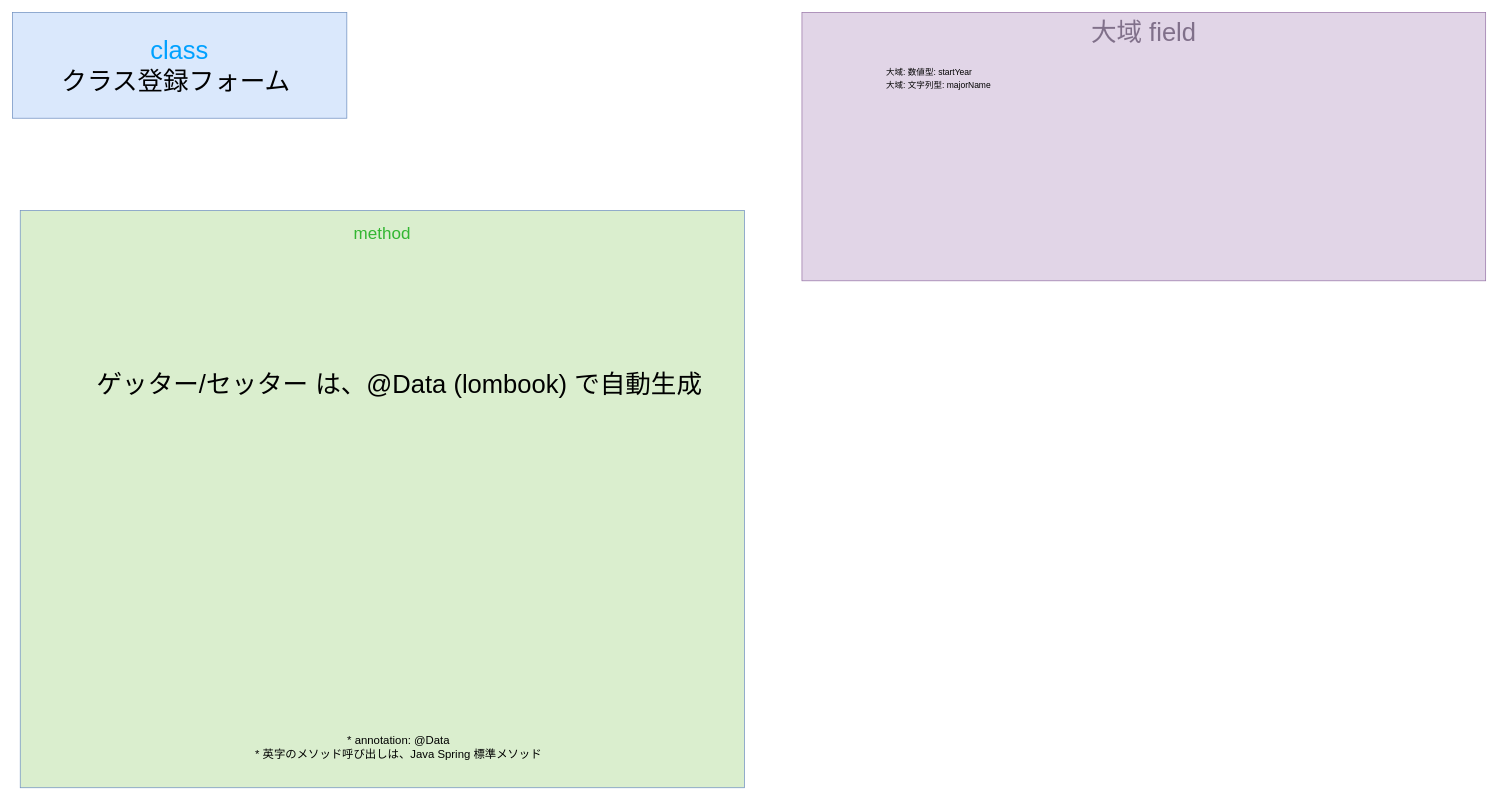
The draw.io diagram gijigengo/model/form/manager/seiseki_manage_sys model_form_manager ClassRegisterForm クラス 疑似言語.drawio in tro319/seiseki_manage_sys, before the edit. Source tidied: cells renumbered, new cells numbered last; positions are measured from the earlier drawing's top-left corner, leaving out a move shared by most shapes. Both pictures are drawn from the tidied source at 71%, with x=0, y=0 at pixel (12, 12).
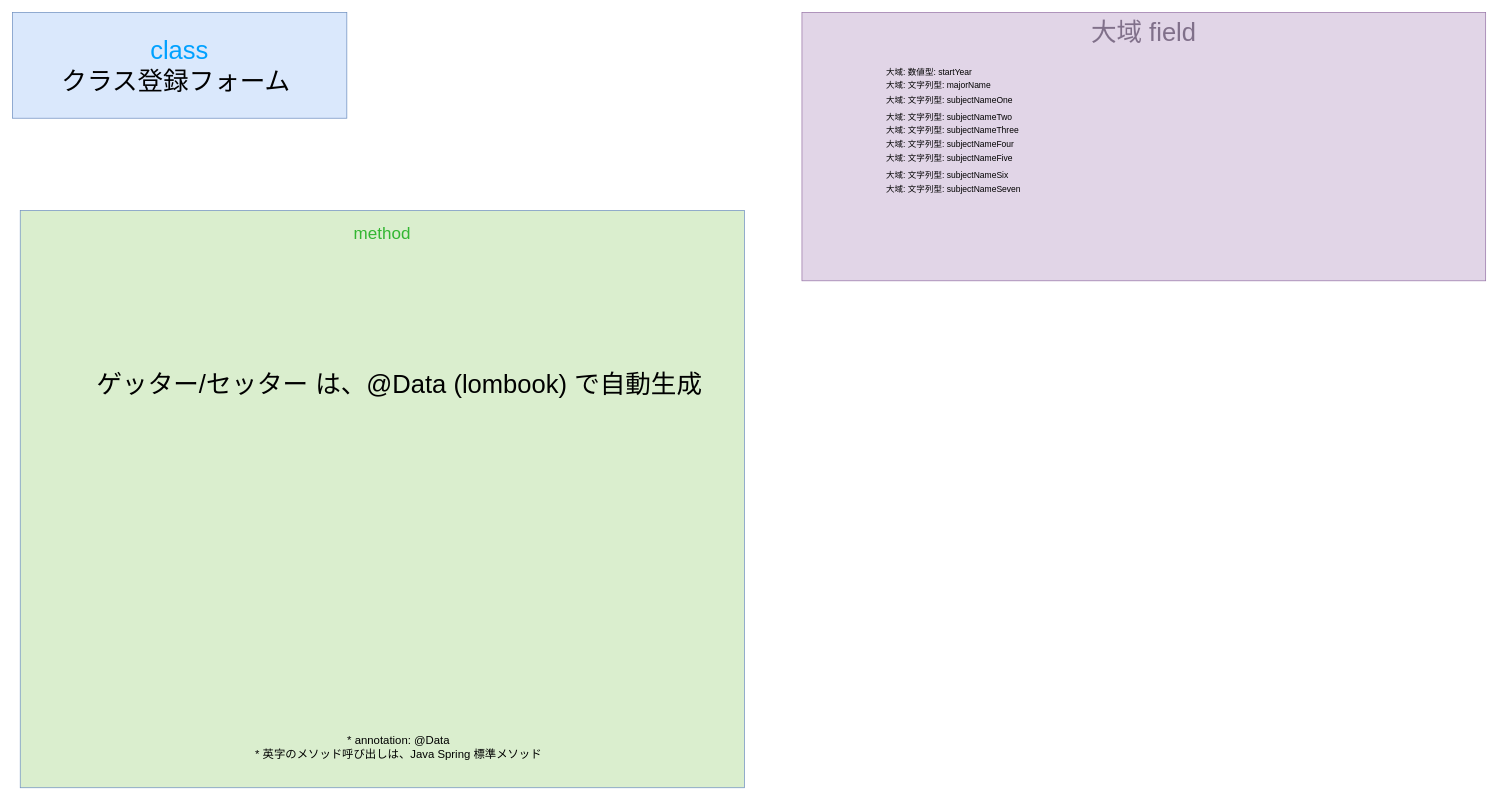
After the change.

The edit, as a diff of the source:
```diff
@@
 <mxGraphModel>
   <root>
     <mxCell id="0" />
     <mxCell id="1" parent="0" />
     <mxCell id="2" value="&lt;div&gt;&lt;span style=&quot;color: rgb(0, 161, 255);&quot;&gt;class&lt;/span&gt;&lt;/div&gt;&lt;div&gt;クラス登録フォーム&amp;nbsp;&lt;/div&gt;" style="text;html=1;whiteSpace=wrap;strokeColor=#6c8ebf;fillColor=#dae8fc;align=center;verticalAlign=middle;rounded=0;fontSize=36;" parent="1" vertex="1">
       <mxGeometry width="471" height="149" as="geometry" />
     </mxCell>
     <mxCell id="3" value="&lt;div&gt;&lt;font style=&quot;font-size: 24px;&quot;&gt;&lt;span style=&quot;color: rgb(50, 182, 49);&quot;&gt;&lt;span style=&quot;&quot;&gt;&lt;span style=&quot;&quot;&gt;&lt;span&gt;method&lt;/span&gt;&lt;/span&gt;&lt;/span&gt;&lt;/span&gt;&lt;/font&gt;&lt;/div&gt;&lt;div&gt;&lt;font style=&quot;font-size: 24px;&quot;&gt;&lt;span style=&quot;color: rgba(0, 0, 0, 0);&quot;&gt;&lt;span style=&quot;color: rgba(0, 0, 0, 0);&quot;&gt;&lt;span style=&quot;&quot;&gt;&lt;span style=&quot;&quot;&gt;&lt;br&gt;&lt;/span&gt;&lt;/span&gt;&lt;/span&gt;&lt;/span&gt;&lt;/font&gt;&lt;/div&gt;" style="text;html=1;whiteSpace=wrap;strokeColor=#6c8ebf;fillColor=light-dark(#daeece, #214210);align=center;verticalAlign=top;rounded=0;fontSize=36;fontColor=#00A1FF;" parent="1" vertex="1">
       <mxGeometry x="11" y="279" width="1020" height="813" as="geometry" />
     </mxCell>
     <mxCell id="4" value="ゲッター/セッター は、@Data (lombook) で自動生成" style="text;html=1;whiteSpace=wrap;strokeColor=none;fillColor=none;align=left;verticalAlign=middle;rounded=0;fontSize=36;" parent="1" vertex="1">
       <mxGeometry x="116.8" y="508" width="854.5" height="30" as="geometry" />
     </mxCell>
     <mxCell id="5" value="&lt;div&gt;&lt;br&gt;&lt;/div&gt;&lt;div&gt;&lt;span&gt;&lt;span&gt;&lt;span style=&quot;color: rgb(0, 0, 0);&quot;&gt;&lt;font style=&quot;font-size: 16px;&quot;&gt;* annotation: @Data&lt;/font&gt;&lt;/span&gt;&lt;/span&gt;&lt;/span&gt;&lt;/div&gt;&lt;div&gt;&lt;span&gt;&lt;span&gt;&lt;span style=&quot;color: rgb(0, 0, 0);&quot;&gt;&lt;font style=&quot;font-size: 16px;&quot;&gt;* 英字のメソッド呼び出しは、Java Spring 標準メソッド&lt;/font&gt;&lt;/span&gt;&lt;/span&gt;&lt;/span&gt;&lt;/div&gt;" style="text;html=1;whiteSpace=wrap;strokeColor=none;fillColor=none;align=center;verticalAlign=middle;rounded=0;" parent="1" vertex="1">
       <mxGeometry x="249" y="1012" width="590" height="30" as="geometry" />
     </mxCell>
     <mxCell id="6" value="&lt;font&gt;大域 field&lt;/font&gt;" style="rounded=0;whiteSpace=wrap;html=1;fillColor=#e1d5e7;strokeColor=#9673a6;verticalAlign=top;fontSize=36;fontColor=#80708A;" parent="1" vertex="1">
       <mxGeometry x="1112" width="963" height="378" as="geometry" />
     </mxCell>
     <mxCell id="7" value="大域: 数値型: startYear" style="text;html=1;whiteSpace=wrap;strokeColor=none;fillColor=none;align=left;verticalAlign=middle;rounded=0;fontSize=12;" parent="1" vertex="1">
       <mxGeometry x="1229" y="70" width="590" height="30" as="geometry" />
     </mxCell>
     <mxCell id="8" value="大域: 文字列型: majorName" style="text;html=1;whiteSpace=wrap;strokeColor=none;fillColor=none;align=left;verticalAlign=middle;rounded=0;fontSize=12;" parent="1" vertex="1">
       <mxGeometry x="1229" y="88" width="590" height="30" as="geometry" />
     </mxCell>
+    <mxCell id="9" value="大域: 文字列型: subjectNameOne" style="text;html=1;whiteSpace=wrap;strokeColor=none;fillColor=none;align=left;verticalAlign=middle;rounded=0;fontSize=12;" parent="1" vertex="1">
+      <mxGeometry x="1229" y="109" width="590" height="30" as="geometry" />
+    </mxCell>
+    <mxCell id="10" value="大域: 文字列型: subjectNameTwo" style="text;html=1;whiteSpace=wrap;strokeColor=none;fillColor=none;align=left;verticalAlign=middle;rounded=0;fontSize=12;" parent="1" vertex="1">
+      <mxGeometry x="1229" y="133" width="590" height="30" as="geometry" />
+    </mxCell>
+    <mxCell id="11" value="大域: 文字列型: subjectNameThree" style="text;html=1;whiteSpace=wrap;strokeColor=none;fillColor=none;align=left;verticalAlign=middle;rounded=0;fontSize=12;" parent="1" vertex="1">
+      <mxGeometry x="1229" y="152" width="590" height="30" as="geometry" />
+    </mxCell>
+    <mxCell id="12" value="大域: 文字列型: subjectNameFour" style="text;html=1;whiteSpace=wrap;strokeColor=none;fillColor=none;align=left;verticalAlign=middle;rounded=0;fontSize=12;" parent="1" vertex="1">
+      <mxGeometry x="1229" y="171" width="590" height="30" as="geometry" />
+    </mxCell>
+    <mxCell id="13" value="大域: 文字列型: subjectNameFive" style="text;html=1;whiteSpace=wrap;strokeColor=none;fillColor=none;align=left;verticalAlign=middle;rounded=0;fontSize=12;" parent="1" vertex="1">
+      <mxGeometry x="1229" y="191" width="590" height="30" as="geometry" />
+    </mxCell>
+    <mxCell id="14" value="大域: 文字列型: subjectNameSix" style="text;html=1;whiteSpace=wrap;strokeColor=none;fillColor=none;align=left;verticalAlign=middle;rounded=0;fontSize=12;" parent="1" vertex="1">
+      <mxGeometry x="1229" y="214" width="590" height="30" as="geometry" />
+    </mxCell>
+    <mxCell id="15" value="大域: 文字列型: subjectNameSeven" style="text;html=1;whiteSpace=wrap;strokeColor=none;fillColor=none;align=left;verticalAlign=middle;rounded=0;fontSize=12;" parent="1" vertex="1">
+      <mxGeometry x="1229" y="234" width="590" height="30" as="geometry" />
+    </mxCell>
   </root>
 </mxGraphModel>
```
